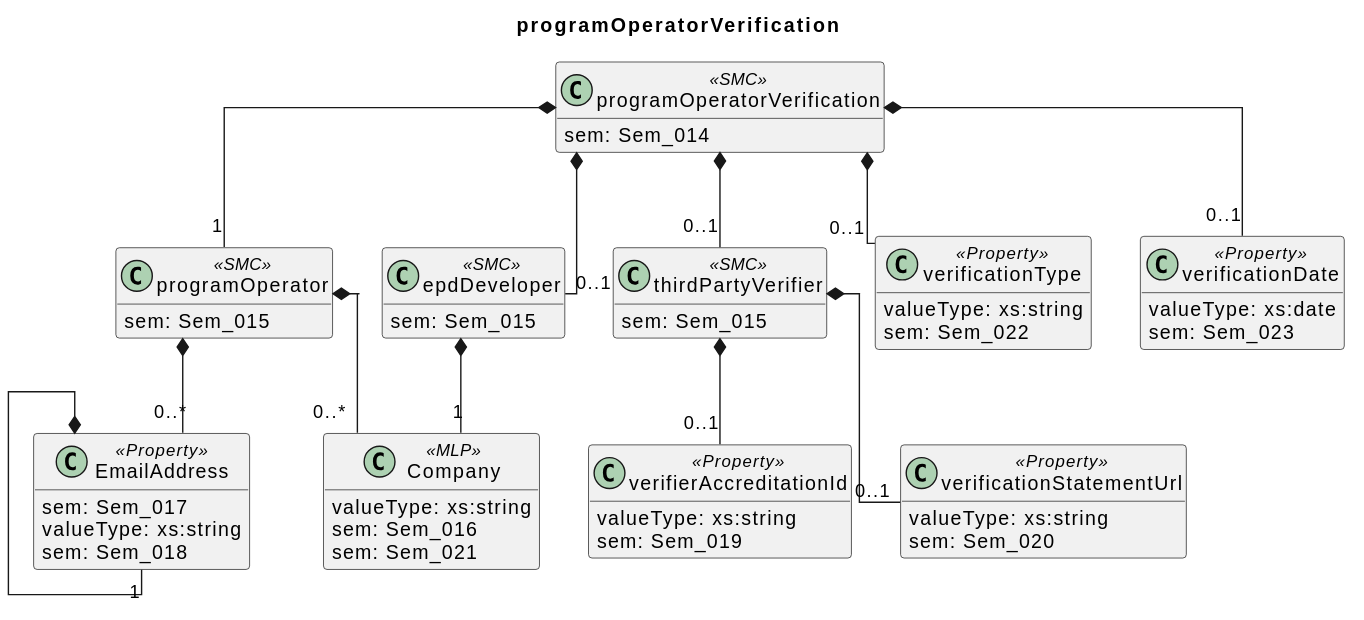
The PlantUML diagram docs/model/sections/programOperatorVerification.svg in Leeeks/aas-epd-type-iii-submodel, before a commit.
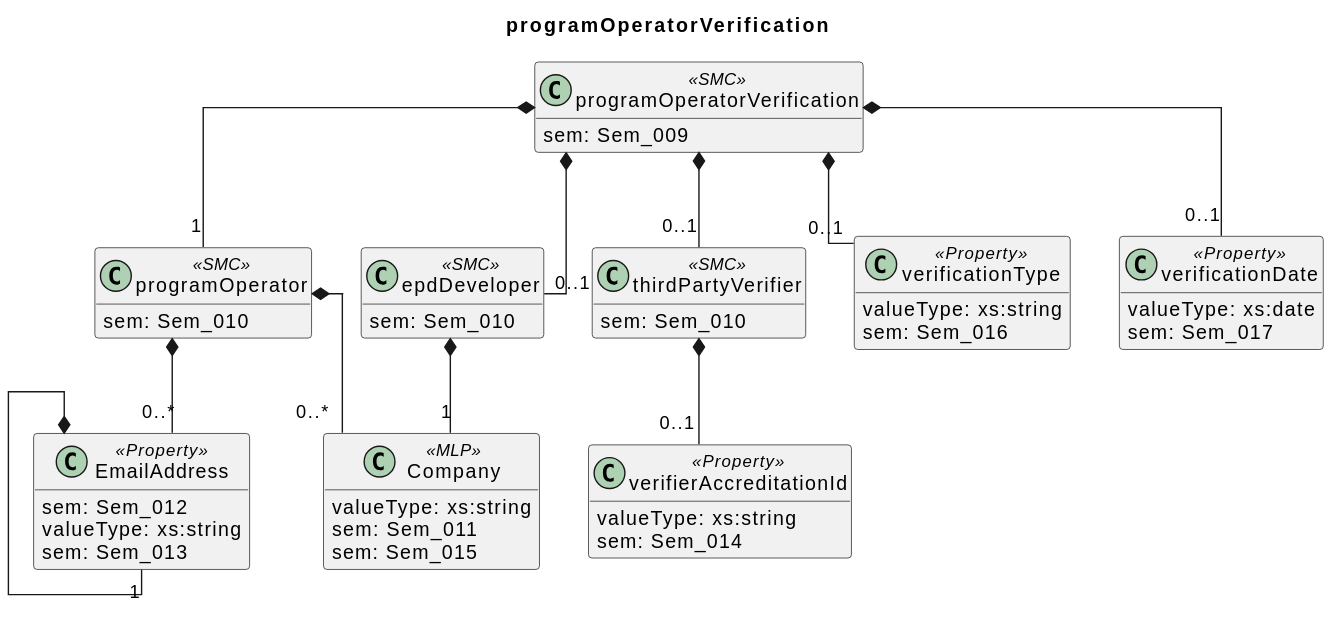
After the commit.

What changed in the source:
```diff
@@ -5,46 +5,42 @@
 hide empty members
 
 class programOperatorVerification <<SMC>> {
-  sem: Sem_014
+  sem: Sem_009
 }
 class programOperator <<SMC>> {
-  sem: Sem_015
+  sem: Sem_010
 }
 class Company <<Property>> {
   valueType: xs:string
-  sem: Sem_016
+  sem: Sem_011
 }
 class EmailAddress <<SMC>> {
-  sem: Sem_017
+  sem: Sem_012
 }
 class EmailAddress <<Property>> {
   valueType: xs:string
-  sem: Sem_018
+  sem: Sem_013
 }
 class thirdPartyVerifier <<SMC>> {
-  sem: Sem_015
+  sem: Sem_010
 }
 class verifierAccreditationId <<Property>> {
   valueType: xs:string
-  sem: Sem_019
-}
-class verificationStatementUrl <<Property>> {
-  valueType: xs:string
-  sem: Sem_020
+  sem: Sem_014
 }
 class epdDeveloper <<SMC>> {
-  sem: Sem_015
+  sem: Sem_010
 }
 class Company <<MLP>> {
-  sem: Sem_021
+  sem: Sem_015
 }
 class verificationType <<Property>> {
   valueType: xs:string
-  sem: Sem_022
+  sem: Sem_016
 }
 class verificationDate <<Property>> {
   valueType: xs:date
-  sem: Sem_023
+  sem: Sem_017
 }
 
 programOperatorVerification *-- "1" programOperator
@@ -53,7 +49,6 @@
 EmailAddress *-- "1" EmailAddress
 programOperatorVerification *-- "0..1" thirdPartyVerifier
 thirdPartyVerifier *-- "0..1" verifierAccreditationId
-thirdPartyVerifier *-- "0..1" verificationStatementUrl
 programOperatorVerification *-- "0..1" epdDeveloper
 epdDeveloper *-- "1" Company
 programOperatorVerification *-- "0..1" verificationType
```
